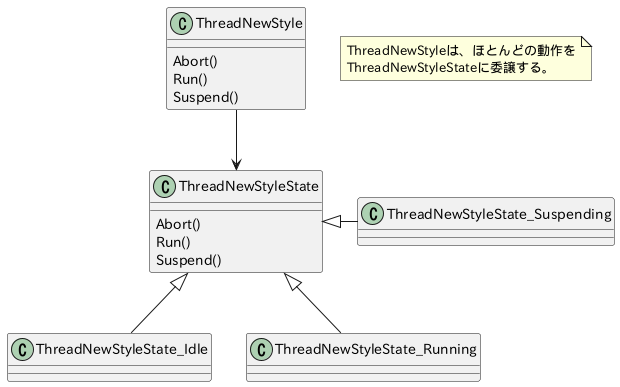
Above: plant_uml/state_machine_class.png in ichiroprogrammer/deep_cpp (PlantUML), before the change.
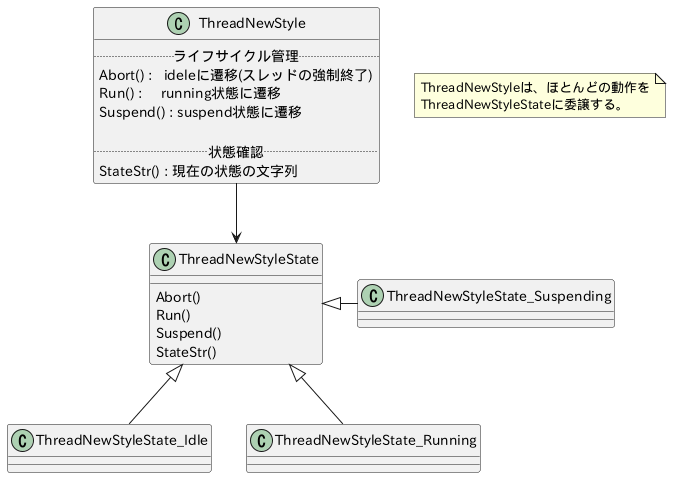
Above is the later version.

Diff of the diagram source:
```diff
@@ -1,15 +1,20 @@
 @startuml
 
 class ThreadNewStyle {
-    Abort()
-    Run()
-    Suspend()
+    .. ライフサイクル管理 ..
+    Abort() :   ideleに遷移(スレッドの強制終了)
+    Run() :     running状態に遷移
+    Suspend() : suspend状態に遷移
+
+    .. 状態確認 ..
+    StateStr() : 現在の状態の文字列
 }
 
 class ThreadNewStyleState {
     Abort()
     Run()
     Suspend()
+    StateStr()
 }
 
 ThreadNewStyleState <-up- ThreadNewStyle
```
